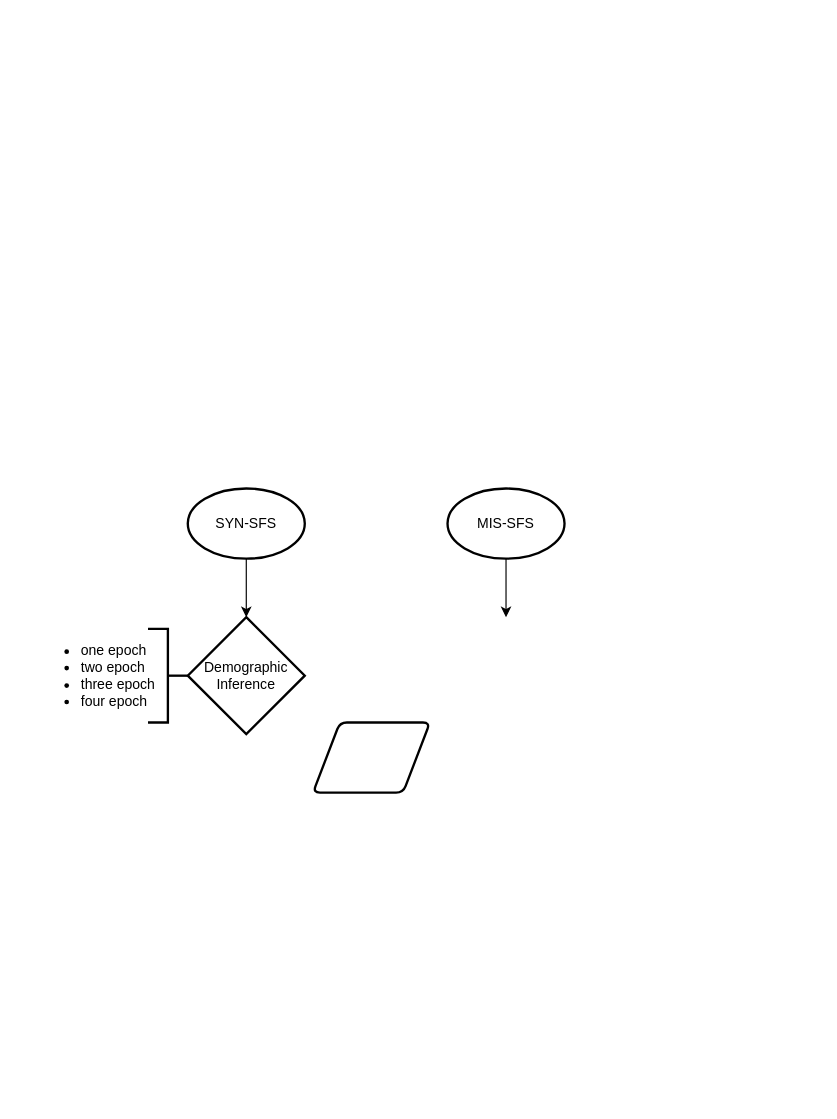
This is DFE/Untitled Diagram.drawio from meixilin/DFE_Flowchart, a draw.io file, before an edit. Source tidied: cells renumbered, new cells numbered last; positions are measured from the earlier drawing's top-left corner, leaving out a move shared by most shapes. Both pictures are drawn from the tidied source at 117%, with x=0, y=0 at pixel (32, 488). Pictures stored in the file or linked from it are replaced by grey dashed boxes.
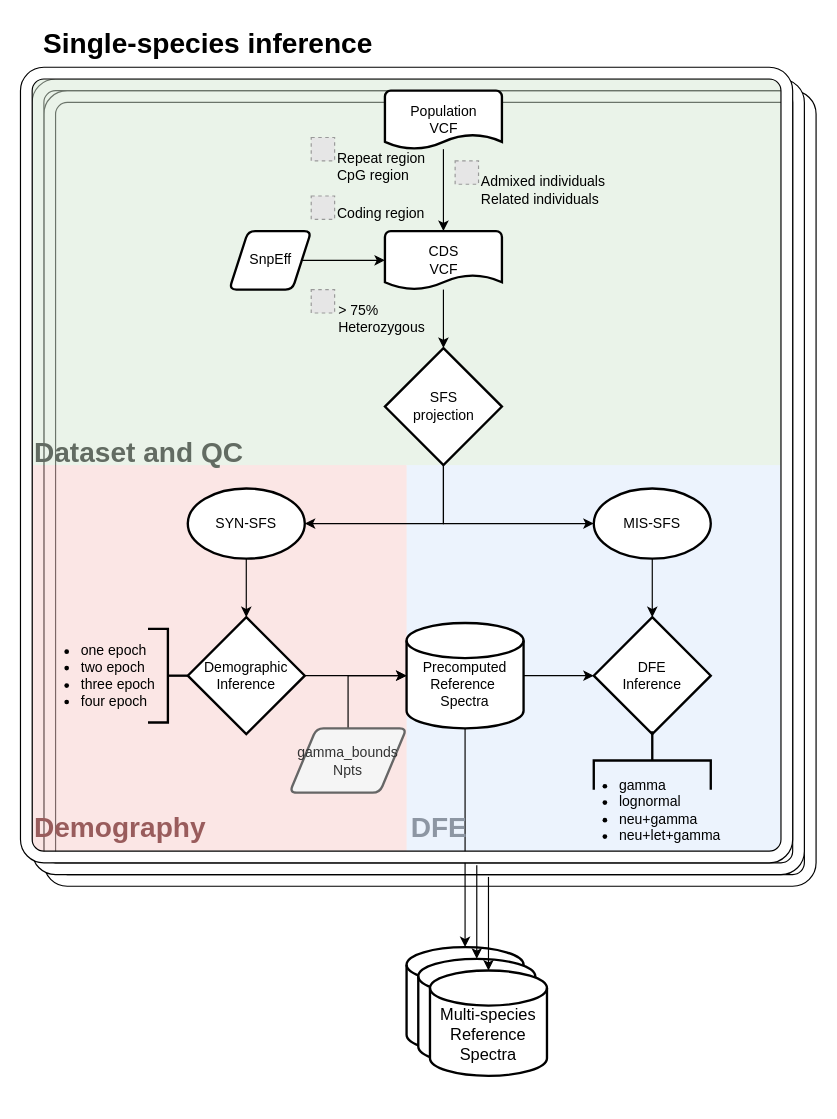
The same page after the edit.

The change refers to these unchanged cells:
```xml
<mxCell id="3" value="SYN-SFS" style="strokeWidth=2;html=1;shape=mxgraph.flowchart.start_1;whiteSpace=wrap;" parent="1" vertex="1">
  <mxGeometry x="133" width="100" height="60" as="geometry" />
</mxCell>
<mxCell id="4" value="Demographic&lt;br&gt;Inference" style="strokeWidth=2;html=1;shape=mxgraph.flowchart.decision;whiteSpace=wrap;" parent="1" vertex="1">
  <mxGeometry x="133" y="110" width="100" height="100" as="geometry" />
</mxCell>
```

Change to the diagram source:
```diff
@@
+    <mxCell id="10" style="verticalLabelPosition=bottom;verticalAlign=top;html=1;shape=mxgraph.basic.rounded_frame;dx=10;sketch=0;fillColor=default;" parent="1" vertex="1">
+      <mxGeometry x="10" y="-340" width="660" height="680" as="geometry" />
+    </mxCell>
+    <mxCell id="11" style="verticalLabelPosition=bottom;verticalAlign=top;html=1;shape=mxgraph.basic.rounded_frame;dx=10;sketch=0;fillColor=default;" parent="1" vertex="1">
+      <mxGeometry y="-350" width="660" height="680" as="geometry" />
+    </mxCell>
+    <mxCell id="12" style="rounded=0;whiteSpace=wrap;html=1;sketch=0;fillColor=#dae8fc;strokeColor=none;opacity=50;" parent="1" vertex="1">
+      <mxGeometry x="320" y="-20" width="320" height="330" as="geometry" />
+    </mxCell>
+    <mxCell id="13" style="rounded=0;whiteSpace=wrap;html=1;sketch=0;fillColor=#f8cecc;strokeColor=none;opacity=50;" parent="1" vertex="1">
+      <mxGeometry y="-20" width="320" height="330" as="geometry" />
+    </mxCell>
+    <mxCell id="14" style="rounded=0;whiteSpace=wrap;html=1;sketch=0;fillColor=#D5E8D4;strokeColor=none;opacity=50;" parent="1" vertex="1">
+      <mxGeometry y="-350" width="640" height="330" as="geometry" />
+    </mxCell>
@@
+    <mxCell id="15" style="edgeStyle=orthogonalEdgeStyle;rounded=0;jettySize=auto;html=1;exitX=1;exitY=0.5;exitDx=0;exitDy=0;exitPerimeter=0;" parent="1" edge="1" source="4" target="20">
+      <mxGeometry relative="1" as="geometry" />
+    </mxCell>
@@
-    <mxCell id="7" style="edgeStyle=orthogonalEdgeStyle;rounded=0;jettySize=auto;html=1;exitX=0.5;exitY=1;exitDx=0;exitDy=0;exitPerimeter=0;" parent="1" edge="1" source="8">
-      <mxGeometry relative="1" as="geometry">
-        <mxPoint x="405" y="110" as="targetPoint" />
-      </mxGeometry>
-    </mxCell>
+    <mxCell id="16" style="edgeStyle=orthogonalEdgeStyle;rounded=0;jettySize=auto;html=1;exitX=0.5;exitY=1;exitDx=0;exitDy=0;exitPerimeter=0;" parent="1" edge="1" source="8" target="21">
+      <mxGeometry relative="1" as="geometry" />
+    </mxCell>
     <mxCell id="8" value="MIS-SFS" style="strokeWidth=2;html=1;shape=mxgraph.flowchart.start_1;whiteSpace=wrap;" parent="1" vertex="1">
-      <mxGeometry x="355" width="100" height="60" as="geometry" />
+      <mxGeometry x="480" width="100" height="60" as="geometry" />
     </mxCell>
+    <mxCell id="17" style="edgeStyle=orthogonalEdgeStyle;rounded=0;jettySize=auto;html=1;exitX=0.5;exitY=0;exitDx=0;exitDy=0;entryX=0;entryY=0.5;entryDx=0;entryDy=0;entryPerimeter=0;" parent="1" edge="1" source="9" target="20">
+      <mxGeometry relative="1" as="geometry" />
+    </mxCell>
-    <mxCell id="9" style="shape=parallelogram;html=1;strokeWidth=2;perimeter=parallelogramPerimeter;whiteSpace=wrap;rounded=1;arcSize=12;size=0.23;fillColor=none;" parent="1" vertex="1">
-      <mxGeometry x="240" y="200" width="100" height="60" as="geometry" />
+    <mxCell id="9" value="gamma_bounds&lt;br&gt;Npts" style="shape=parallelogram;html=1;strokeWidth=2;perimeter=parallelogramPerimeter;whiteSpace=wrap;rounded=1;arcSize=12;size=0.23;fillColor=#f5f5f5;fontColor=#333333;strokeColor=#666666;" parent="1" vertex="1">
+      <mxGeometry x="220" y="205" width="100" height="55" as="geometry" />
     </mxCell>
+    <mxCell id="18" style="edgeStyle=orthogonalEdgeStyle;rounded=0;jettySize=auto;html=1;exitX=1;exitY=0.5;exitDx=0;exitDy=0;exitPerimeter=0;entryX=0;entryY=0.5;entryDx=0;entryDy=0;entryPerimeter=0;" parent="1" edge="1" source="20" target="21">
+      <mxGeometry relative="1" as="geometry" />
+    </mxCell>
+    <mxCell id="19" style="edgeStyle=orthogonalEdgeStyle;rounded=0;jettySize=auto;html=1;exitX=0.5;exitY=1;exitDx=0;exitDy=0;exitPerimeter=0;fontFamily=Helvetica;fontColor=#000000;" parent="1" edge="1" source="20">
+      <mxGeometry relative="1" as="geometry">
+        <mxPoint x="370" y="392" as="targetPoint" />
+      </mxGeometry>
+    </mxCell>
+    <mxCell id="20" value="&lt;br&gt;Precomputed&lt;br&gt;Reference&amp;nbsp;&lt;br&gt;Spectra" style="strokeWidth=2;html=1;shape=mxgraph.flowchart.database;whiteSpace=wrap;fillColor=default;" parent="1" vertex="1">
+      <mxGeometry x="320" y="115" width="100" height="90" as="geometry" />
+    </mxCell>
+    <mxCell id="21" value="DFE&lt;br&gt;Inference" style="strokeWidth=2;html=1;shape=mxgraph.flowchart.decision;whiteSpace=wrap;fillColor=default;" parent="1" vertex="1">
+      <mxGeometry x="480" y="110" width="100" height="100" as="geometry" />
+    </mxCell>
+    <mxCell id="22" value="&lt;ul&gt;&lt;li&gt;gamma&lt;/li&gt;&lt;li&gt;lognormal&lt;/li&gt;&lt;li&gt;neu+gamma&lt;/li&gt;&lt;li&gt;neu+let+gamma&lt;/li&gt;&lt;/ul&gt;" style="text;html=1;whiteSpace=wrap;verticalAlign=middle;overflow=hidden;imageWidth=15;" parent="1" vertex="1">
+      <mxGeometry x="460" y="230" width="140" height="90" as="geometry" />
+    </mxCell>
+    <mxCell id="23" style="strokeWidth=2;html=1;shape=mxgraph.flowchart.annotation_2;align=left;labelPosition=right;fillColor=none;rotation=90;" parent="1" vertex="1">
+      <mxGeometry x="505" y="182.5" width="50" height="100" as="geometry" />
+    </mxCell>
+    <mxCell id="24" style="edgeStyle=orthogonalEdgeStyle;rounded=0;jettySize=auto;html=1;" parent="1" edge="1" source="25" target="27">
+      <mxGeometry relative="1" as="geometry" />
+    </mxCell>
+    <mxCell id="25" value="Population&lt;br&gt;VCF" style="strokeWidth=2;html=1;shape=mxgraph.flowchart.document2;whiteSpace=wrap;size=0.25;" parent="1" vertex="1">
+      <mxGeometry x="301.5" y="-340" width="100" height="50" as="geometry" />
+    </mxCell>
+    <mxCell id="26" style="edgeStyle=orthogonalEdgeStyle;rounded=0;jettySize=auto;html=1;" parent="1" edge="1" source="27" target="38">
+      <mxGeometry relative="1" as="geometry" />
+    </mxCell>
+    <mxCell id="27" value="CDS&lt;br&gt;VCF" style="strokeWidth=2;html=1;shape=mxgraph.flowchart.document2;whiteSpace=wrap;size=0.25;sketch=0;" parent="1" vertex="1">
+      <mxGeometry x="301.5" y="-220" width="100" height="50" as="geometry" />
+    </mxCell>
+    <mxCell id="28" style="group;fillColor=none;strokeColor=none;" parent="1" vertex="1">
+      <mxGeometry x="251.5" y="-300" width="100" height="40" as="geometry" />
+    </mxCell>
+    <mxCell id="29" value="Repeat region&lt;br&gt;CpG region" style="text;html=1;strokeColor=none;fillColor=none;align=left;verticalAlign=middle;whiteSpace=wrap;rounded=0;" parent="28" vertex="1">
+      <mxGeometry x="7" y="10" width="80" height="30" as="geometry" />
+    </mxCell>
+    <mxCell id="30" style="fillColor=#E6E6E6;strokeColor=#999999;dashed=1;html=1;verticalAlign=top;verticalLabelPosition=bottom;labelBackgroundColor=#ffffff;" parent="28" vertex="1">
+      <mxGeometry x="-13" width="20" height="20" as="geometry" />
+    </mxCell>
+    <mxCell id="31" value="Coding region" style="text;html=1;strokeColor=none;fillColor=none;align=left;verticalAlign=middle;whiteSpace=wrap;rounded=0;" parent="1" vertex="1">
+      <mxGeometry x="258.5" y="-250" width="90" height="30" as="geometry" />
+    </mxCell>
+    <mxCell id="32" style="fillColor=#E6E6E6;strokeColor=#999999;dashed=1;html=1;verticalAlign=top;verticalLabelPosition=bottom;labelBackgroundColor=#ffffff;" parent="1" vertex="1">
+      <mxGeometry x="238.5" y="-250" width="20" height="20" as="geometry" />
+    </mxCell>
+    <mxCell id="33" style="group;fillColor=none;strokeColor=none;" parent="1" vertex="1">
+      <mxGeometry x="361.5" y="-280" width="140" height="40" as="geometry" />
+    </mxCell>
+    <mxCell id="34" value="Admixed individuals&lt;br&gt;Related individuals" style="text;html=1;strokeColor=none;fillColor=none;align=left;verticalAlign=middle;whiteSpace=wrap;rounded=0;" parent="33" vertex="1">
+      <mxGeometry x="20" y="10" width="120" height="30" as="geometry" />
+    </mxCell>
+    <mxCell id="35" style="fillColor=#E6E6E6;strokeColor=#999999;dashed=1;html=1;verticalAlign=top;verticalLabelPosition=bottom;labelBackgroundColor=#ffffff;" parent="33" vertex="1">
+      <mxGeometry width="20" height="20" as="geometry" />
+    </mxCell>
+    <mxCell id="36" style="edgeStyle=orthogonalEdgeStyle;rounded=0;jettySize=auto;html=1;exitX=0.5;exitY=1;exitDx=0;exitDy=0;exitPerimeter=0;entryX=1;entryY=0.5;entryDx=0;entryDy=0;entryPerimeter=0;" parent="1" edge="1" source="38" target="3">
+      <mxGeometry relative="1" as="geometry" />
+    </mxCell>
+    <mxCell id="37" style="edgeStyle=orthogonalEdgeStyle;rounded=0;jettySize=auto;html=1;exitX=0.5;exitY=1;exitDx=0;exitDy=0;exitPerimeter=0;entryX=0;entryY=0.5;entryDx=0;entryDy=0;entryPerimeter=0;" parent="1" edge="1" source="38" target="8">
+      <mxGeometry relative="1" as="geometry" />
+    </mxCell>
+    <mxCell id="38" value="SFS&lt;br&gt;projection" style="strokeWidth=2;html=1;shape=mxgraph.flowchart.decision;whiteSpace=wrap;fillColor=default;" parent="1" vertex="1">
+      <mxGeometry x="301.5" y="-120" width="100" height="100" as="geometry" />
+    </mxCell>
+    <mxCell id="39" value="&amp;gt; 75% &lt;br&gt;Heterozygous" style="text;html=1;strokeColor=none;fillColor=none;align=left;verticalAlign=middle;whiteSpace=wrap;rounded=0;" parent="1" vertex="1">
+      <mxGeometry x="259.5" y="-160" width="120" height="30" as="geometry" />
+    </mxCell>
+    <mxCell id="40" style="fillColor=#E6E6E6;strokeColor=#999999;dashed=1;html=1;verticalAlign=top;verticalLabelPosition=bottom;labelBackgroundColor=#ffffff;" parent="1" vertex="1">
+      <mxGeometry x="238.5" y="-170" width="20" height="20" as="geometry" />
+    </mxCell>
+    <mxCell id="41" style="edgeStyle=orthogonalEdgeStyle;rounded=0;jettySize=auto;html=1;" parent="1" edge="1" source="42" target="27">
+      <mxGeometry relative="1" as="geometry" />
+    </mxCell>
+    <mxCell id="42" value="SnpEff" style="shape=parallelogram;html=1;strokeWidth=2;perimeter=parallelogramPerimeter;whiteSpace=wrap;rounded=1;arcSize=12;size=0.23;sketch=0;fillColor=#FFFFFF;" parent="1" vertex="1">
+      <mxGeometry x="168.5" y="-220" width="70" height="50" as="geometry" />
+    </mxCell>
+    <mxCell id="43" style="verticalLabelPosition=bottom;verticalAlign=top;html=1;shape=mxgraph.basic.rounded_frame;dx=10;sketch=0;fillColor=default;" parent="1" vertex="1">
+      <mxGeometry x="-10" y="-360" width="660" height="680" as="geometry" />
+    </mxCell>
+    <mxCell id="44" value="&lt;font color=&quot;#626b62&quot;&gt;Dataset and QC&lt;/font&gt;" style="text;strokeColor=none;fillColor=none;html=1;fontSize=24;fontStyle=1;verticalAlign=middle;align=left;sketch=0;fontFamily=Helvetica;" parent="1" vertex="1">
+      <mxGeometry y="-50" width="220" height="40" as="geometry" />
+    </mxCell>
+    <mxCell id="45" value="&lt;font color=&quot;#995c5c&quot;&gt;Demography&lt;/font&gt;" style="text;strokeColor=none;fillColor=none;html=1;fontSize=24;fontStyle=1;verticalAlign=middle;align=left;sketch=0;fontFamily=Helvetica;" parent="1" vertex="1">
+      <mxGeometry y="270" width="220" height="40" as="geometry" />
+    </mxCell>
+    <mxCell id="46" value="&lt;font color=&quot;#8d96a3&quot;&gt;DFE&lt;/font&gt;" style="text;strokeColor=none;fillColor=none;html=1;fontSize=24;fontStyle=1;verticalAlign=middle;align=left;sketch=0;fontFamily=Helvetica;" parent="1" vertex="1">
+      <mxGeometry x="321.5" y="270" width="220" height="40" as="geometry" />
+    </mxCell>
+    <mxCell id="47" value="&lt;font color=&quot;#000000&quot;&gt;Single-species inference&lt;/font&gt;" style="text;strokeColor=none;fillColor=none;html=1;fontSize=24;fontStyle=1;verticalAlign=middle;align=center;sketch=0;fontFamily=Helvetica;fontColor=#8D96A3;" parent="1" vertex="1">
+      <mxGeometry y="-400" width="300" height="40" as="geometry" />
+    </mxCell>
+    <mxCell id="48" value="&lt;p&gt;&lt;br&gt;&lt;/p&gt;" style="strokeWidth=2;html=1;shape=mxgraph.flowchart.database;whiteSpace=wrap;fillColor=default;spacing=0;" parent="1" vertex="1">
+      <mxGeometry x="320" y="392" width="100" height="90" as="geometry" />
+    </mxCell>
+    <mxCell id="49" value="&lt;p&gt;&lt;br&gt;&lt;/p&gt;" style="strokeWidth=2;html=1;shape=mxgraph.flowchart.database;whiteSpace=wrap;fillColor=default;spacing=0;" parent="1" vertex="1">
+      <mxGeometry x="330" y="402" width="100" height="90" as="geometry" />
+    </mxCell>
+    <mxCell id="50" value="&lt;p&gt;&lt;br&gt;&lt;/p&gt;" style="strokeWidth=2;html=1;shape=mxgraph.flowchart.database;whiteSpace=wrap;fillColor=default;spacing=0;" parent="1" vertex="1">
+      <mxGeometry x="340" y="412" width="100" height="90" as="geometry" />
+    </mxCell>
+    <mxCell id="51" value="&lt;font style=&quot;font-size: 14px&quot;&gt;Multi-species&lt;br&gt;Reference&lt;br&gt;Spectra&lt;br&gt;&lt;/font&gt;" style="text;html=1;strokeColor=none;fillColor=none;align=center;verticalAlign=middle;whiteSpace=wrap;rounded=0;sketch=0;fontFamily=Helvetica;fontColor=#000000;" parent="1" vertex="1">
+      <mxGeometry x="305" y="412" width="170" height="110" as="geometry" />
+    </mxCell>
+    <mxCell id="52" style="edgeStyle=orthogonalEdgeStyle;rounded=0;orthogonalLoop=1;jettySize=auto;html=1;fontFamily=Helvetica;fontColor=#000000;" parent="1" edge="1">
+      <mxGeometry relative="1" as="geometry">
+        <mxPoint x="380" y="322" as="sourcePoint" />
+        <mxPoint x="380" y="402" as="targetPoint" />
+      </mxGeometry>
+    </mxCell>
+    <mxCell id="53" style="edgeStyle=orthogonalEdgeStyle;rounded=0;orthogonalLoop=1;jettySize=auto;html=1;fontFamily=Helvetica;fontColor=#000000;" parent="1" edge="1">
+      <mxGeometry relative="1" as="geometry">
+        <mxPoint x="390" y="332" as="sourcePoint" />
+        <mxPoint x="390" y="412" as="targetPoint" />
+      </mxGeometry>
+    </mxCell>
```
